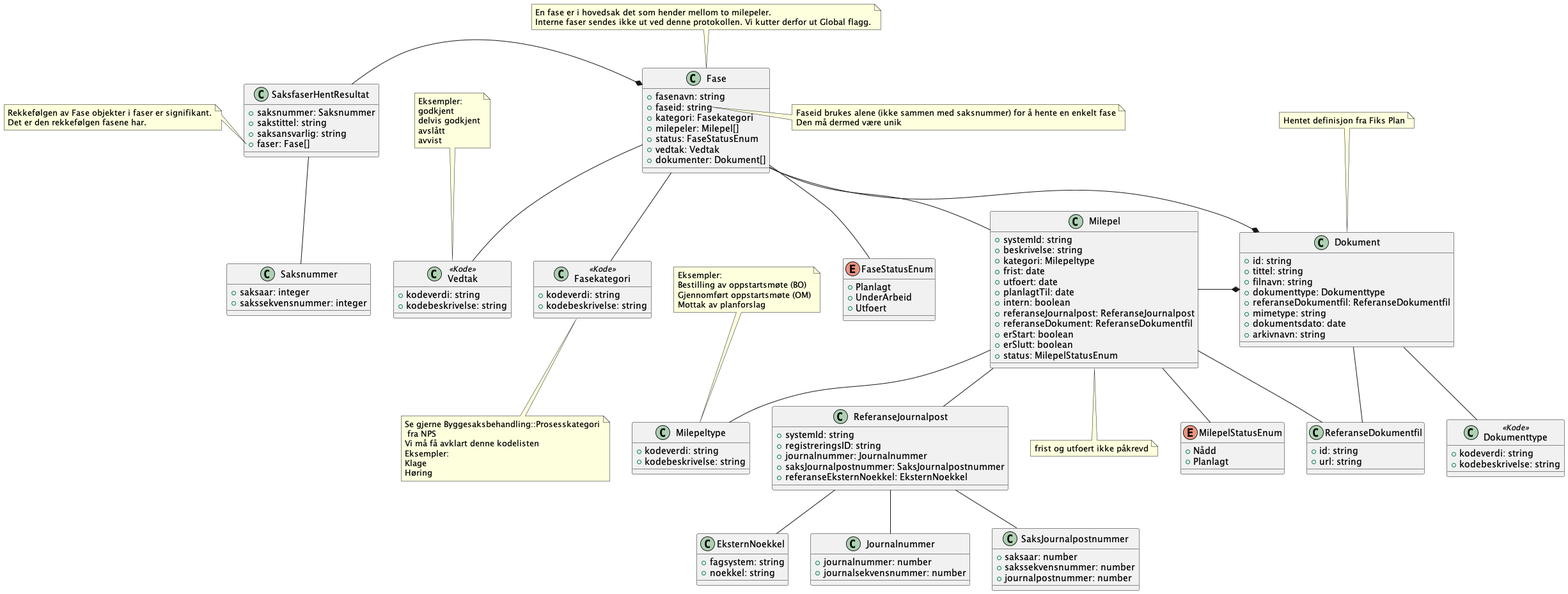
This is Dokumentasjon/V1/ClassDiagrams/no.ks.fiks.saksfaser.v1.saksfaser.hent.resultat/classdiagram.png from ks-no/fiks-saksfaser-specification, a PlantUML export, as it was before one commit. Source of this version:
```plantuml
@startuml
!include ./../no.ks.fiks.saksfaser.v1.felles.dokument/classdiagram.pu
!include ./../no.ks.fiks.saksfaser.v1.felles.fase/classdiagram.pu
!include ./../no.ks.fiks.saksfaser.v1.felles.milepel/classdiagram.pu
!include ./../no.ks.fiks.saksfaser.v1.felles.saksnummer/classdiagram.pu

class SaksfaserHentResultat {
    +saksnummer: Saksnummer
    +sakstittel: string
    +saksansvarlig: string
    +faser: Fase[]
}

note left of SaksfaserHentResultat::faser
    Rekkefølgen av Fase objekter i faser er signifikant.
    Det er den rekkefølgen fasene har.
end note

SaksfaserHentResultat -* Fase
SaksfaserHentResultat -- Saksnummer


note right of Fase::faseid
    Faseid brukes alene (ikke sammen med saksnummer) for å hente en enkelt fase
    Den må dermed være unik
end note

Fase -- Milepel
Fase -* Dokument
Milepel -* Dokument

@enduml
```
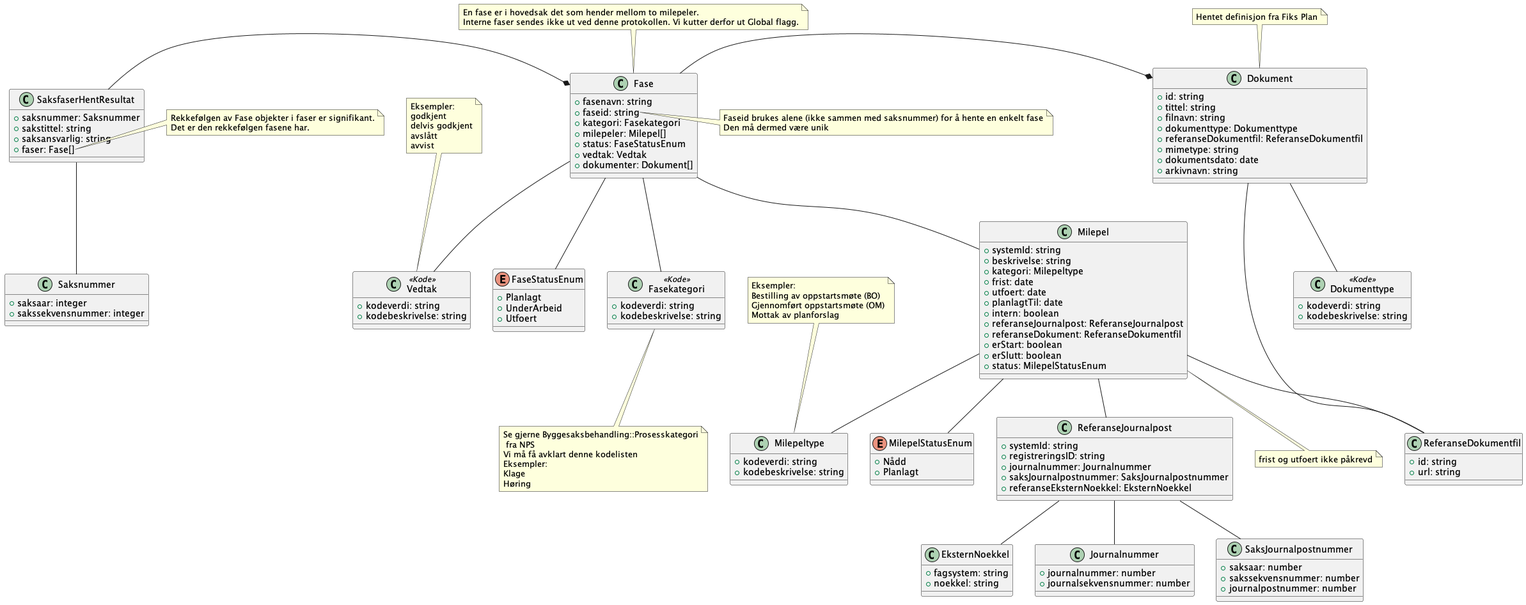
After the change.

Change to the diagram source:
```diff
@@ -27,6 +27,5 @@
 
 Fase -- Milepel
 Fase -* Dokument
-Milepel -* Dokument
 
 @enduml
```
